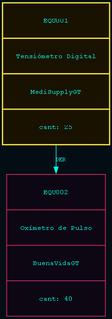
Before: reportes/bst.png, a diagram exported from Graphviz (RONY36606/EDD_1S2026_PY_-202307793_FASE1-2-3). Its source is kept beside it as reportes/bst.dot. Its diagram source:
```dot
digraph BST {
    rankdir=TB;
    bgcolor="#040d14";
    node [shape=record, fontname="Courier", fontsize=11,
          style=filled, fillcolor="#071520", fontcolor="#00ffe7",
          color="#00ffe7", margin="0.3"];
    edge [color="#00ffe7", fontcolor="#00ffe7", fontname="Courier", fontsize=9];
    "EQU001" [label="{EQU001 | Tensiómetro Digital | MediSupplyGT | cant: 25}", style=filled, fillcolor="#1a1200", color="#f5e642", penwidth=2];
    "EQU002" [label="{EQU002 | Oxímetro de Pulso | BuenaVidaGT | cant: 40}", style=filled, fillcolor="#0d0714", color="#ff2d78"];
    "EQU001" -> "EQU002" [label="DER", color="#00ffe7", fontcolor="#00ffe7"];
}
```
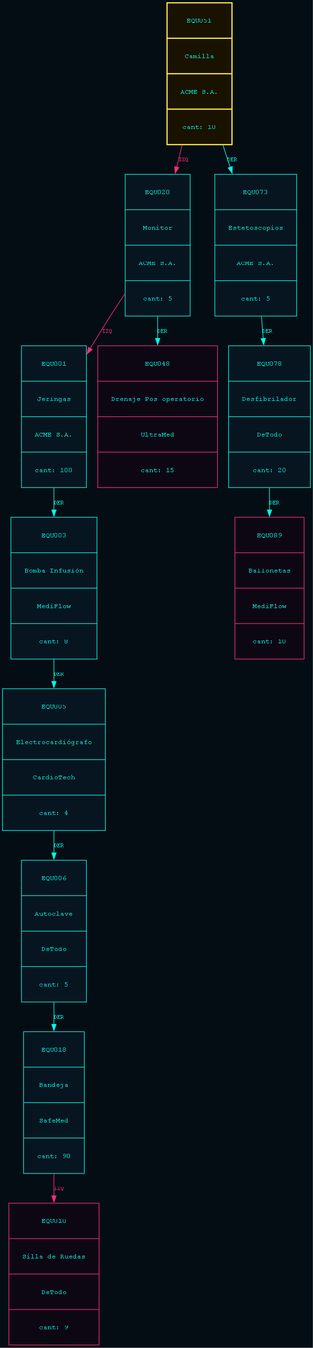
The same diagram one commit later.

What changed in the source:
```diff
@@ -5,7 +5,27 @@
           style=filled, fillcolor="#071520", fontcolor="#00ffe7",
           color="#00ffe7", margin="0.3"];
     edge [color="#00ffe7", fontcolor="#00ffe7", fontname="Courier", fontsize=9];
-    "EQU001" [label="{EQU001 | Tensiómetro Digital | MediSupplyGT | cant: 25}", style=filled, fillcolor="#1a1200", color="#f5e642", penwidth=2];
-    "EQU002" [label="{EQU002 | Oxímetro de Pulso | BuenaVidaGT | cant: 40}", style=filled, fillcolor="#0d0714", color="#ff2d78"];
-    "EQU001" -> "EQU002" [label="DER", color="#00ffe7", fontcolor="#00ffe7"];
+    "EQU051" [label="{EQU051 | Camilla | ACME S.A. | cant: 10}", style=filled, fillcolor="#1a1200", color="#f5e642", penwidth=2];
+    "EQU020" [label="{EQU020 | Monitor | ACME S.A. | cant: 5}", style=filled, fillcolor="#071520", color="#00ffe7"];
+    "EQU051" -> "EQU020" [label="IZQ", color="#ff2d78", fontcolor="#ff2d78"];
+    "EQU001" [label="{EQU001 | Jeringas | ACME S.A. | cant: 100}", style=filled, fillcolor="#071520", color="#00ffe7"];
+    "EQU020" -> "EQU001" [label="IZQ", color="#ff2d78", fontcolor="#ff2d78"];
+    "EQU003" [label="{EQU003 | Bomba Infusión | MediFlow | cant: 8}", style=filled, fillcolor="#071520", color="#00ffe7"];
+    "EQU001" -> "EQU003" [label="DER", color="#00ffe7", fontcolor="#00ffe7"];
+    "EQU005" [label="{EQU005 | Electrocardiógrafo | CardioTech | cant: 4}", style=filled, fillcolor="#071520", color="#00ffe7"];
+    "EQU003" -> "EQU005" [label="DER", color="#00ffe7", fontcolor="#00ffe7"];
+    "EQU006" [label="{EQU006 | Autoclave | DeTodo | cant: 5}", style=filled, fillcolor="#071520", color="#00ffe7"];
+    "EQU005" -> "EQU006" [label="DER", color="#00ffe7", fontcolor="#00ffe7"];
+    "EQU018" [label="{EQU018 | Bandeja | SafeMed | cant: 90}", style=filled, fillcolor="#071520", color="#00ffe7"];
+    "EQU006" -> "EQU018" [label="DER", color="#00ffe7", fontcolor="#00ffe7"];
+    "EQU010" [label="{EQU010 | Silla de Ruedas | DeTodo | cant: 9}", style=filled, fillcolor="#0d0714", color="#ff2d78"];
+    "EQU018" -> "EQU010" [label="IZQ", color="#ff2d78", fontcolor="#ff2d78"];
+    "EQU048" [label="{EQU048 | Drenaje Pos operatorio | UltraMed | cant: 15}", style=filled, fillcolor="#0d0714", color="#ff2d78"];
+    "EQU020" -> "EQU048" [label="DER", color="#00ffe7", fontcolor="#00ffe7"];
+    "EQU073" [label="{EQU073 | Estetoscopios | ACME S.A. | cant: 5}", style=filled, fillcolor="#071520", color="#00ffe7"];
+    "EQU051" -> "EQU073" [label="DER", color="#00ffe7", fontcolor="#00ffe7"];
+    "EQU078" [label="{EQU078 | Desfibrilador | DeTodo | cant: 20}", style=filled, fillcolor="#071520", color="#00ffe7"];
+    "EQU073" -> "EQU078" [label="DER", color="#00ffe7", fontcolor="#00ffe7"];
+    "EQU089" [label="{EQU089 | Ballonetas | MediFlow | cant: 10}", style=filled, fillcolor="#0d0714", color="#ff2d78"];
+    "EQU078" -> "EQU089" [label="DER", color="#00ffe7", fontcolor="#00ffe7"];
 }
```
